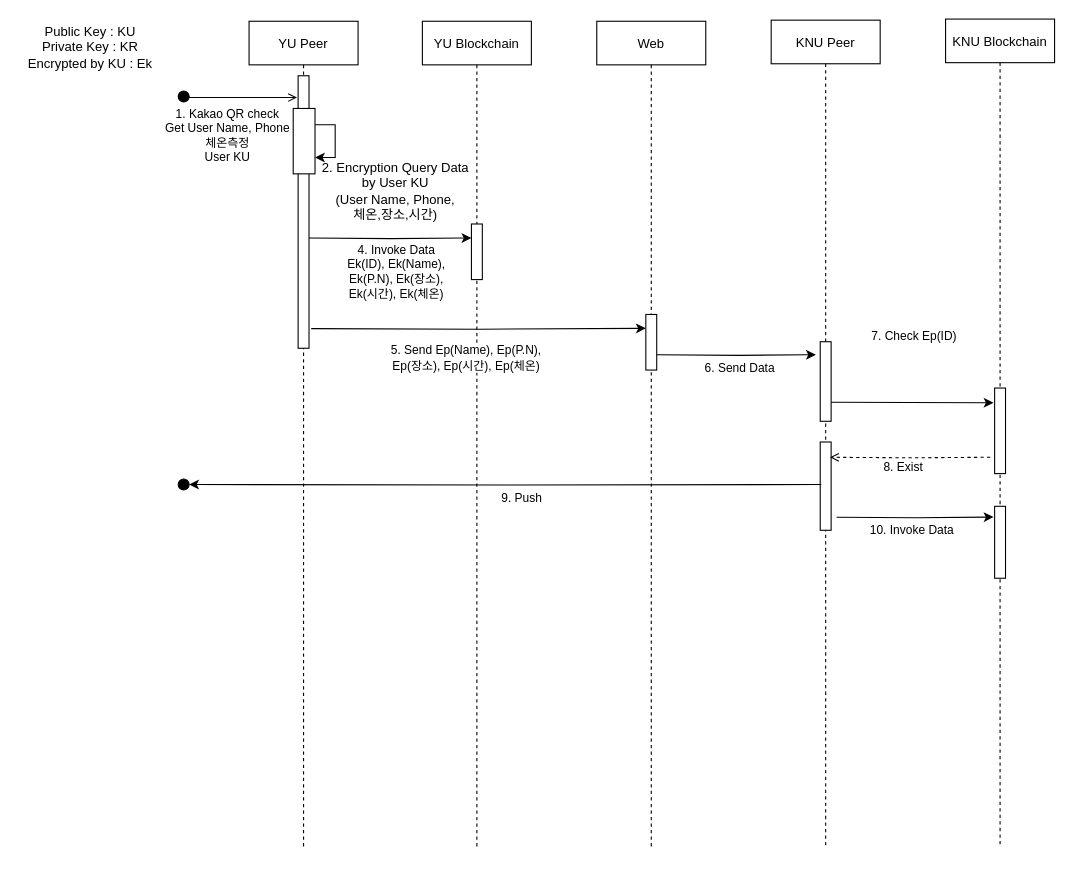
This is page "check by other org" (1 of 3) of Sequence Diagram.drawio from GunhyungKim/TrackingSystem, a draw.io file, before an edit. Source tidied: cells renumbered, new cells numbered last; positions are measured from the earlier drawing's top-left corner, leaving out a move shared by most shapes. Both pictures are drawn from the tidied source at 109%, with x=0, y=0 at pixel (19, 19).
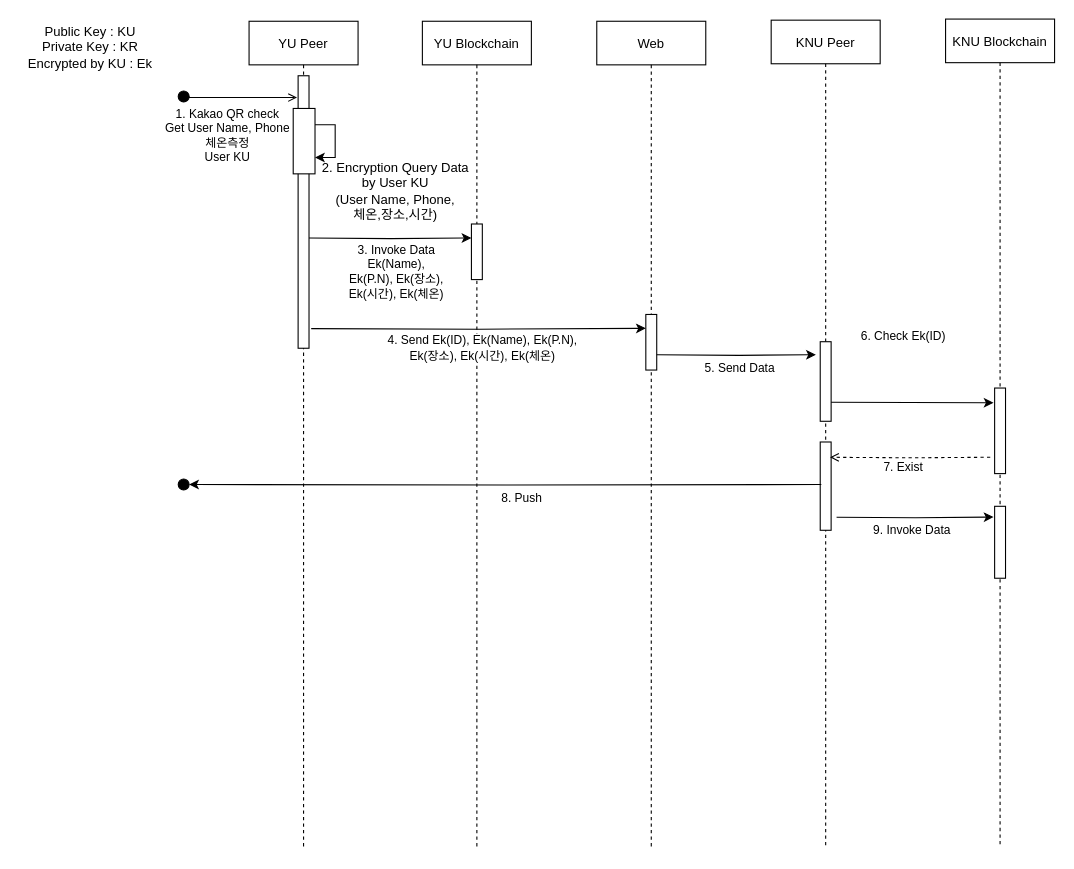
After the change.

Unchanged cells that the change refers to:
```xml
<mxCell id="18" style="edgeStyle=orthogonalEdgeStyle;rounded=0;orthogonalLoop=1;jettySize=auto;html=1;exitX=1.5;exitY=0.9;exitDx=0;exitDy=0;entryX=-0.1;entryY=0.173;entryDx=0;entryDy=0;endArrow=classic;endFill=1;exitPerimeter=0;entryPerimeter=0;" parent="1" edge="1">
  <mxGeometry relative="1" as="geometry">
    <mxPoint x="750" y="457" as="sourcePoint" />
    <mxPoint x="894" y="456.9" as="targetPoint" />
  </mxGeometry>
</mxCell>
<mxCell id="20" style="edgeStyle=orthogonalEdgeStyle;rounded=0;jettySize=auto;html=1;exitX=0.1;exitY=0.9;exitDx=0;exitDy=0;endArrow=classic;endFill=1;exitPerimeter=0;entryX=1;entryY=0.5;entryDx=0;entryDy=0;" parent="1" edge="1" target="22">
  <mxGeometry relative="1" as="geometry">
    <mxPoint x="736" y="427" as="sourcePoint" />
  </mxGeometry>
</mxCell>
<mxCell id="25" style="edgeStyle=orthogonalEdgeStyle;rounded=0;jettySize=auto;html=1;exitX=1;exitY=0.919;exitDx=0;exitDy=0;entryX=0;entryY=0.25;entryDx=0;entryDy=0;exitPerimeter=0;" parent="1" edge="1" target="24">
  <mxGeometry relative="1" as="geometry">
    <mxPoint x="266" y="200.9" as="sourcePoint" />
  </mxGeometry>
</mxCell>
<mxCell id="27" style="edgeStyle=orthogonalEdgeStyle;rounded=0;jettySize=auto;html=1;exitX=1.2;exitY=0.958;exitDx=0;exitDy=0;entryX=0;entryY=0.25;entryDx=0;entryDy=0;exitPerimeter=0;" parent="1" edge="1" target="3">
  <mxGeometry relative="1" as="geometry">
    <mxPoint x="268" y="284" as="sourcePoint" />
  </mxGeometry>
</mxCell>
<mxCell id="29" style="edgeStyle=orthogonalEdgeStyle;rounded=0;jettySize=auto;html=1;entryX=-0.4;entryY=0.164;entryDx=0;entryDy=0;entryPerimeter=0;" parent="1" edge="1" target="6">
  <mxGeometry relative="1" as="geometry">
    <mxPoint x="585" y="308" as="sourcePoint" />
  </mxGeometry>
</mxCell>
<mxCell id="31" style="edgeStyle=orthogonalEdgeStyle;rounded=0;jettySize=auto;html=1;entryX=-0.1;entryY=0.172;entryDx=0;entryDy=0;entryPerimeter=0;" parent="1" edge="1" target="9">
  <mxGeometry relative="1" as="geometry">
    <mxPoint x="745" y="351.5" as="sourcePoint" />
  </mxGeometry>
</mxCell>
<mxCell id="33" style="edgeStyle=orthogonalEdgeStyle;rounded=0;jettySize=auto;html=1;entryX=0.9;entryY=0.173;entryDx=0;entryDy=0;entryPerimeter=0;dashed=1;endArrow=open;endFill=0;" parent="1" edge="1" target="5">
  <mxGeometry relative="1" as="geometry">
    <mxPoint x="891" y="402" as="sourcePoint" />
  </mxGeometry>
</mxCell>
```

Diff of the diagram source:
```diff
@@
-    <mxCell id="19" value="10. Invoke Data" style="edgeLabel;html=1;align=center;verticalAlign=middle;" parent="18" vertex="1">
+    <mxCell id="19" value="9. Invoke Data" style="edgeLabel;html=1;align=center;verticalAlign=middle;" parent="18" vertex="1">
       <mxGeometry x="-0.25" y="-1" relative="1" as="geometry">
         <mxPoint x="15" y="10" as="offset" />
       </mxGeometry>
     </mxCell>
@@
-    <mxCell id="21" value="9. Push" style="edgeLabel;html=1;align=center;verticalAlign=middle;" parent="20" vertex="1">
+    <mxCell id="21" value="8. Push" style="edgeLabel;html=1;align=center;verticalAlign=middle;" parent="20" vertex="1">
       <mxGeometry x="0.18" y="-1" relative="1" as="geometry">
         <mxPoint x="66" y="13" as="offset" />
       </mxGeometry>
     </mxCell>
@@
-    <mxCell id="26" value="4. Invoke Data&lt;br&gt;Ek(ID), Ek(Name),&lt;br&gt;Ek(P.N), Ek(장소),&lt;br&gt;Ek(시간), Ek(체온)" style="edgeLabel;html=1;align=center;verticalAlign=middle;" parent="25" vertex="1">
+    <mxCell id="26" value="3. Invoke Data&lt;br&gt;Ek(Name),&lt;br&gt;Ek(P.N), Ek(장소),&lt;br&gt;Ek(시간), Ek(체온)" style="edgeLabel;html=1;align=center;verticalAlign=middle;" parent="25" vertex="1">
       <mxGeometry x="-0.23" y="1" relative="1" as="geometry">
         <mxPoint x="21" y="31.1" as="offset" />
       </mxGeometry>
     </mxCell>
@@
-    <mxCell id="28" value="5. Send Ep(Name), Ep(P.N),&lt;br&gt;Ep(장소), Ep(시간), Ep(체온)" style="edgeLabel;html=1;align=center;verticalAlign=middle;" parent="27" vertex="1">
+    <mxCell id="28" value="4. Send Ek(ID), Ek(Name), Ek(P.N),&lt;br&gt;Ek(장소), Ek(시간), Ek(체온)" style="edgeLabel;html=1;align=center;verticalAlign=middle;" parent="27" vertex="1">
       <mxGeometry x="-0.62" y="-2" relative="1" as="geometry">
-        <mxPoint x="84" y="24" as="offset" />
+        <mxPoint x="99" y="15" as="offset" />
       </mxGeometry>
     </mxCell>
@@
-    <mxCell id="30" value="6. Send Data" style="edgeLabel;html=1;align=center;verticalAlign=middle;" parent="29" vertex="1">
+    <mxCell id="30" value="5. Send Data" style="edgeLabel;html=1;align=center;verticalAlign=middle;" parent="29" vertex="1">
       <mxGeometry y="49" relative="1" as="geometry">
         <mxPoint x="2" y="60" as="offset" />
       </mxGeometry>
     </mxCell>
@@
-    <mxCell id="32" value="7. Check Ep(ID)" style="edgeLabel;html=1;align=center;verticalAlign=middle;" parent="31" vertex="1">
+    <mxCell id="32" value="6. Check Ek(ID)" style="edgeLabel;html=1;align=center;verticalAlign=middle;" parent="31" vertex="1">
       <mxGeometry y="48" relative="1" as="geometry">
-        <mxPoint y="-13.2" as="offset" />
+        <mxPoint x="-10" y="-13.2" as="offset" />
       </mxGeometry>
     </mxCell>
@@
-    <mxCell id="34" value="8. Exist" style="edgeLabel;html=1;align=center;verticalAlign=middle;" parent="33" vertex="1">
+    <mxCell id="34" value="7. Exist" style="edgeLabel;html=1;align=center;verticalAlign=middle;" parent="33" vertex="1">
       <mxGeometry x="0.32" y="4" relative="1" as="geometry">
         <mxPoint x="16" y="4" as="offset" />
       </mxGeometry>
     </mxCell>
```
